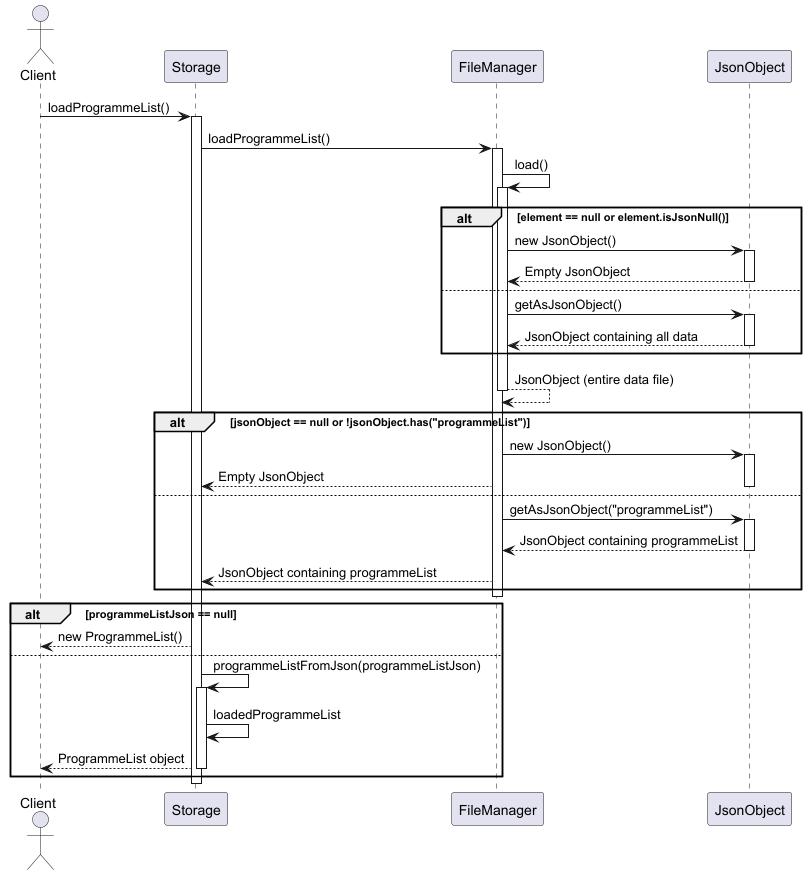
The PlantUML diagram docs/images/loadProgrammeListSeqenceDiagram.png in nus-cs2113-AY2425S1/tp, before a commit.
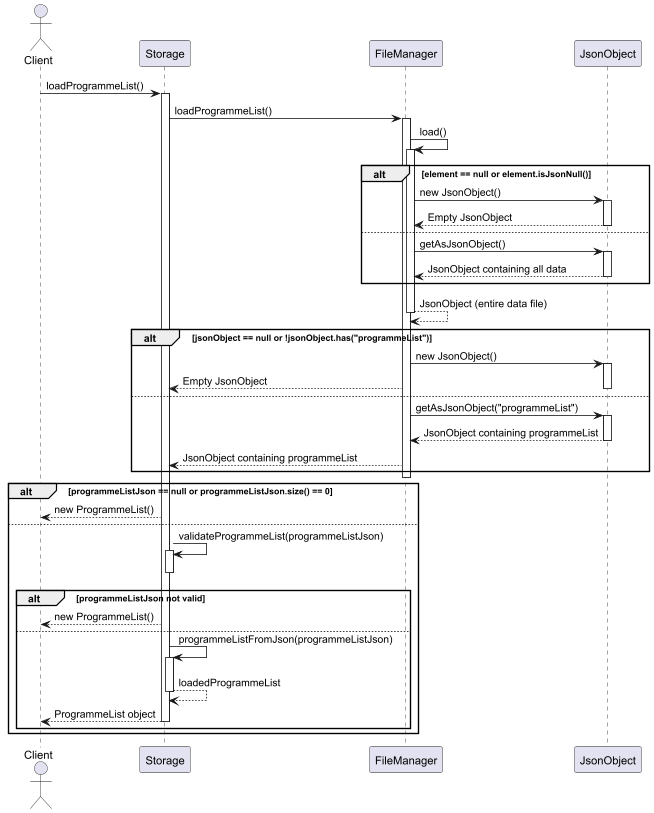
Above is the later version.

Change to the diagram source:
```diff
@@ -39,14 +39,22 @@
 end
 deactivate FileManager
 
-alt programmeListJson == null
+alt programmeListJson == null or programmeListJson.size() == 0
     Storage --> Client : new ProgrammeList()
 else
+    Storage -> Storage : validateProgrammeList(programmeListJson)
+    activate Storage
+    deactivate Storage
+    alt programmeListJson not valid
+    Storage --> Client : new ProgrammeList()
+    else
     Storage -> Storage : programmeListFromJson(programmeListJson)
     activate Storage
-    Storage -> Storage : loadedProgrammeList
+    Storage --> Storage : loadedProgrammeList
+    deactivate Storage
     Storage --> Client : ProgrammeList object
     deactivate Storage
+    end
 end
 deactivate Storage
 
```
